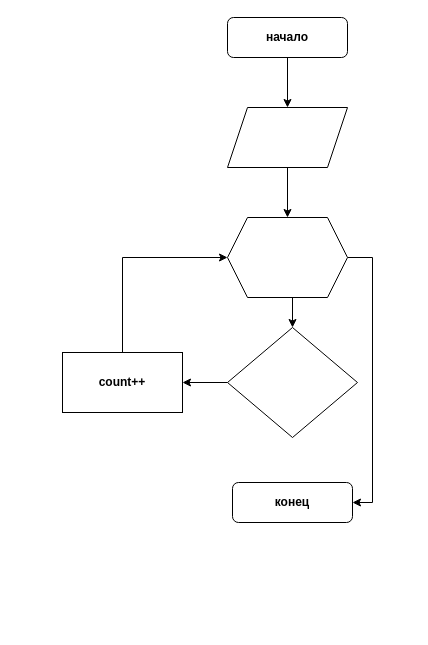
Segunok1/credit_work keeps this draw.io diagram as task/блок схема.drawio. Above is the earlier version. Source tidied: cells renumbered, new cells numbered last; positions are measured from the earlier drawing's top-left corner, leaving out a move shared by most shapes. Both pictures are drawn from the tidied source at 100%, with x=0, y=0 at pixel (62, 17).
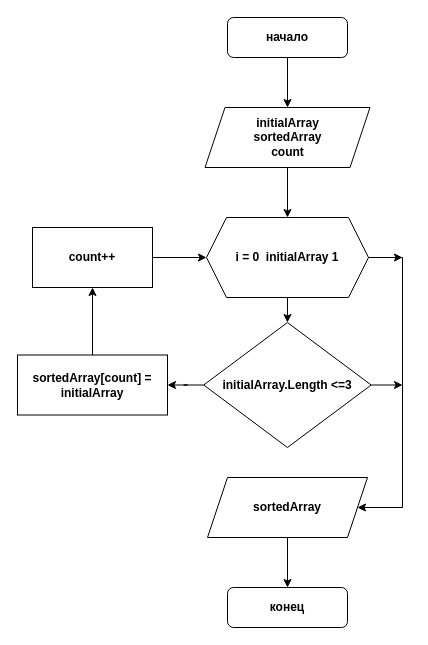
The same page after the edit.

The edit, as a diff of the source:
```diff
@@
-    <mxCell id="4" style="edgeStyle=orthogonalEdgeStyle;rounded=0;jettySize=auto;html=1;exitX=0;exitY=0.5;exitDx=0;exitDy=0;entryX=1;entryY=0.5;entryDx=0;entryDy=0;" parent="1" edge="1" source="10" target="9">
-      <mxGeometry relative="1" as="geometry" />
-    </mxCell>
     <mxCell id="5" value="конец" style="rounded=1;whiteSpace=wrap;html=1;fontSize=12;glass=0;strokeWidth=1;shadow=0;fontStyle=1;" parent="1" vertex="1">
-      <mxGeometry x="170" y="465" width="120" height="40" as="geometry" />
+      <mxGeometry x="165" y="570" width="120" height="40" as="geometry" />
     </mxCell>
@@
-    <mxCell id="7" style="shape=parallelogram;perimeter=parallelogramPerimeter;whiteSpace=wrap;html=1;fixedSize=1;" parent="1" vertex="1">
-      <mxGeometry x="165" y="90" width="120" height="60" as="geometry" />
+    <mxCell id="7" value="initialArray&lt;br&gt;sortedArray&lt;br&gt;count" style="shape=parallelogram;perimeter=parallelogramPerimeter;whiteSpace=wrap;html=1;fixedSize=1;fontStyle=1;" parent="1" vertex="1">
+      <mxGeometry x="142.5" y="90" width="165" height="60" as="geometry" />
     </mxCell>
-    <mxCell id="8" style="edgeStyle=orthogonalEdgeStyle;rounded=0;jettySize=auto;html=1;entryX=0;entryY=0.5;entryDx=0;entryDy=0;exitX=0.5;exitY=0;exitDx=0;exitDy=0;" parent="1" edge="1" source="9" target="13">
-      <mxGeometry relative="1" as="geometry">
-        <Array as="points">
-          <mxPoint x="60" y="240" />
-        </Array>
-      </mxGeometry>
+    <mxCell id="8" style="edgeStyle=orthogonalEdgeStyle;rounded=0;jettySize=auto;html=1;exitX=1;exitY=0.5;exitDx=0;exitDy=0;entryX=0;entryY=0.5;entryDx=0;entryDy=0;" parent="1" edge="1" source="9" target="13">
+      <mxGeometry relative="1" as="geometry" />
     </mxCell>
     <mxCell id="9" value="&lt;b&gt;count++&lt;/b&gt;" style="rounded=0;whiteSpace=wrap;html=1;" parent="1" vertex="1">
-      <mxGeometry y="335" width="120" height="60" as="geometry" />
+      <mxGeometry x="-30" y="210" width="120" height="60" as="geometry" />
     </mxCell>
+    <mxCell id="14" style="edgeStyle=orthogonalEdgeStyle;rounded=0;jettySize=auto;html=1;entryX=1;entryY=0.5;entryDx=0;entryDy=0;" parent="1" edge="1" source="10" target="21">
+      <mxGeometry relative="1" as="geometry" />
+    </mxCell>
+    <mxCell id="15" style="edgeStyle=orthogonalEdgeStyle;rounded=0;jettySize=auto;html=1;exitX=1;exitY=0.5;exitDx=0;exitDy=0;" parent="1" edge="1" source="10">
+      <mxGeometry relative="1" as="geometry">
+        <mxPoint x="340" y="368" as="targetPoint" />
+      </mxGeometry>
+    </mxCell>
-    <mxCell id="10" style="rhombus;whiteSpace=wrap;html=1;" parent="1" vertex="1">
-      <mxGeometry x="165" y="310" width="130" height="110" as="geometry" />
+    <mxCell id="10" value="initialArray.Length &amp;lt;=3" style="rhombus;whiteSpace=wrap;html=1;fontStyle=1;" parent="1" vertex="1">
+      <mxGeometry x="141.2" y="305" width="167.5" height="125" as="geometry" />
     </mxCell>
-    <mxCell id="11" style="edgeStyle=orthogonalEdgeStyle;rounded=0;jettySize=auto;html=1;exitX=1;exitY=0.5;exitDx=0;exitDy=0;entryX=1;entryY=0.5;entryDx=0;entryDy=0;" parent="1" edge="1" source="13" target="5">
-      <mxGeometry relative="1" as="geometry" />
-    </mxCell>
@@
+    <mxCell id="16" style="edgeStyle=orthogonalEdgeStyle;rounded=0;jettySize=auto;html=1;exitX=1;exitY=0.5;exitDx=0;exitDy=0;" parent="1" edge="1" source="13" target="19">
+      <mxGeometry relative="1" as="geometry">
+        <Array as="points">
+          <mxPoint x="340" y="240" />
+          <mxPoint x="340" y="490" />
+        </Array>
+      </mxGeometry>
+    </mxCell>
+    <mxCell id="17" style="edgeStyle=orthogonalEdgeStyle;rounded=0;jettySize=auto;html=1;exitX=1;exitY=0.5;exitDx=0;exitDy=0;" parent="1" edge="1" source="13">
+      <mxGeometry relative="1" as="geometry">
+        <mxPoint x="340" y="240" as="targetPoint" />
+      </mxGeometry>
+    </mxCell>
-    <mxCell id="13" style="shape=hexagon;perimeter=hexagonPerimeter2;whiteSpace=wrap;html=1;fixedSize=1;" parent="1" vertex="1">
-      <mxGeometry x="165" y="200" width="120" height="80" as="geometry" />
+    <mxCell id="13" value="i = 0&amp;nbsp; initialArray 1" style="shape=hexagon;perimeter=hexagonPerimeter2;whiteSpace=wrap;html=1;fixedSize=1;fontStyle=1;" parent="1" vertex="1">
+      <mxGeometry x="144" y="200" width="162" height="80" as="geometry" />
     </mxCell>
+    <mxCell id="18" style="edgeStyle=orthogonalEdgeStyle;rounded=0;jettySize=auto;html=1;exitX=0.5;exitY=1;exitDx=0;exitDy=0;entryX=0.5;entryY=0;entryDx=0;entryDy=0;" parent="1" edge="1" source="19" target="5">
+      <mxGeometry relative="1" as="geometry" />
+    </mxCell>
+    <mxCell id="19" value="sortedArray" style="shape=parallelogram;perimeter=parallelogramPerimeter;whiteSpace=wrap;html=1;fixedSize=1;fontStyle=1;" parent="1" vertex="1">
+      <mxGeometry x="145" y="460" width="160" height="60" as="geometry" />
+    </mxCell>
+    <mxCell id="20" style="edgeStyle=orthogonalEdgeStyle;rounded=0;jettySize=auto;html=1;exitX=0.5;exitY=0;exitDx=0;exitDy=0;entryX=0.5;entryY=1;entryDx=0;entryDy=0;" parent="1" edge="1" source="21" target="9">
+      <mxGeometry relative="1" as="geometry" />
+    </mxCell>
+    <mxCell id="21" value="sortedArray[count] =&lt;br&gt;initialArray" style="rounded=0;whiteSpace=wrap;html=1;fontStyle=1;" parent="1" vertex="1">
+      <mxGeometry x="-45" y="337.5" width="150" height="60" as="geometry" />
+    </mxCell>
```
